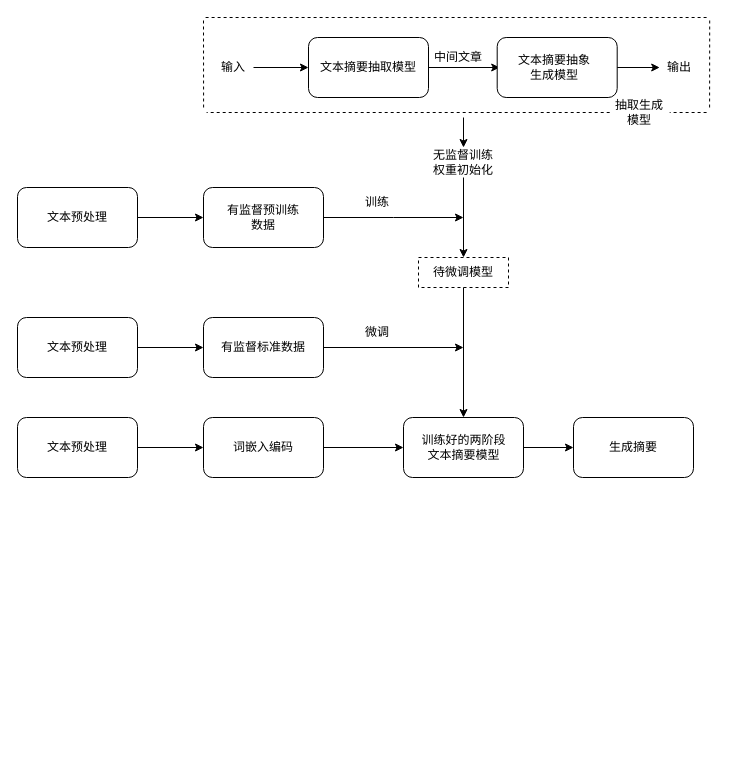
This is 未命名绘图.drawio from wan-wer/test, a draw.io file, before an edit. Source tidied: cells renumbered, new cells numbered last; positions are measured from the earlier drawing's top-left corner, leaving out a move shared by most shapes. Both pictures are drawn from the tidied source at 100%, with x=0, y=0 at pixel (17, 17).
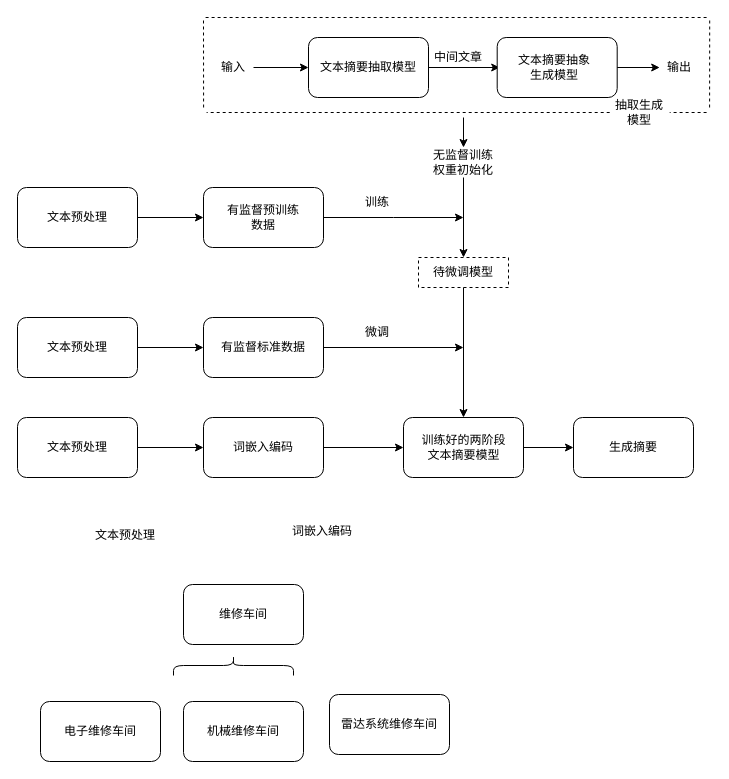
Above is the later version.

Commit message:
更新未命名绘图.drawio

The edit, as a diff of the source:
```diff
@@
+    <mxCell id="49" value="电子维修车间" style="rounded=1;whiteSpace=wrap;html=1;" parent="1" vertex="1">
+      <mxGeometry x="23" y="684" width="120" height="60" as="geometry" />
+    </mxCell>
+    <mxCell id="50" value="维修车间" style="rounded=1;whiteSpace=wrap;html=1;" parent="1" vertex="1">
+      <mxGeometry x="166" y="567" width="120" height="60" as="geometry" />
+    </mxCell>
+    <mxCell id="51" value="文本预处理" style="text;html=1;strokeColor=none;fillColor=none;align=center;verticalAlign=middle;whiteSpace=wrap;rounded=0;" parent="1" vertex="1">
+      <mxGeometry x="73" y="503" width="70" height="30" as="geometry" />
+    </mxCell>
+    <mxCell id="52" value="词嵌入编码" style="text;html=1;strokeColor=none;fillColor=none;align=center;verticalAlign=middle;whiteSpace=wrap;rounded=0;" parent="1" vertex="1">
+      <mxGeometry x="270" y="499" width="70" height="30" as="geometry" />
+    </mxCell>
+    <mxCell id="53" value="机械维修车间" style="rounded=1;whiteSpace=wrap;html=1;" parent="1" vertex="1">
+      <mxGeometry x="166" y="684" width="120" height="60" as="geometry" />
+    </mxCell>
+    <mxCell id="54" value="雷达系统&lt;span style=&quot;background-color: transparent; color: light-dark(rgb(0, 0, 0), rgb(255, 255, 255));&quot;&gt;维修车间&lt;/span&gt;" style="rounded=1;whiteSpace=wrap;html=1;" parent="1" vertex="1">
+      <mxGeometry x="312" y="677" width="120" height="60" as="geometry" />
+    </mxCell>
+    <mxCell id="55" style="shape=curlyBracket;whiteSpace=wrap;html=1;rounded=1;flipH=1;labelPosition=right;verticalLabelPosition=middle;align=left;verticalAlign=middle;rotation=-90;" parent="1" vertex="1">
+      <mxGeometry x="206" y="588" width="20" height="120" as="geometry" />
+    </mxCell>
```
